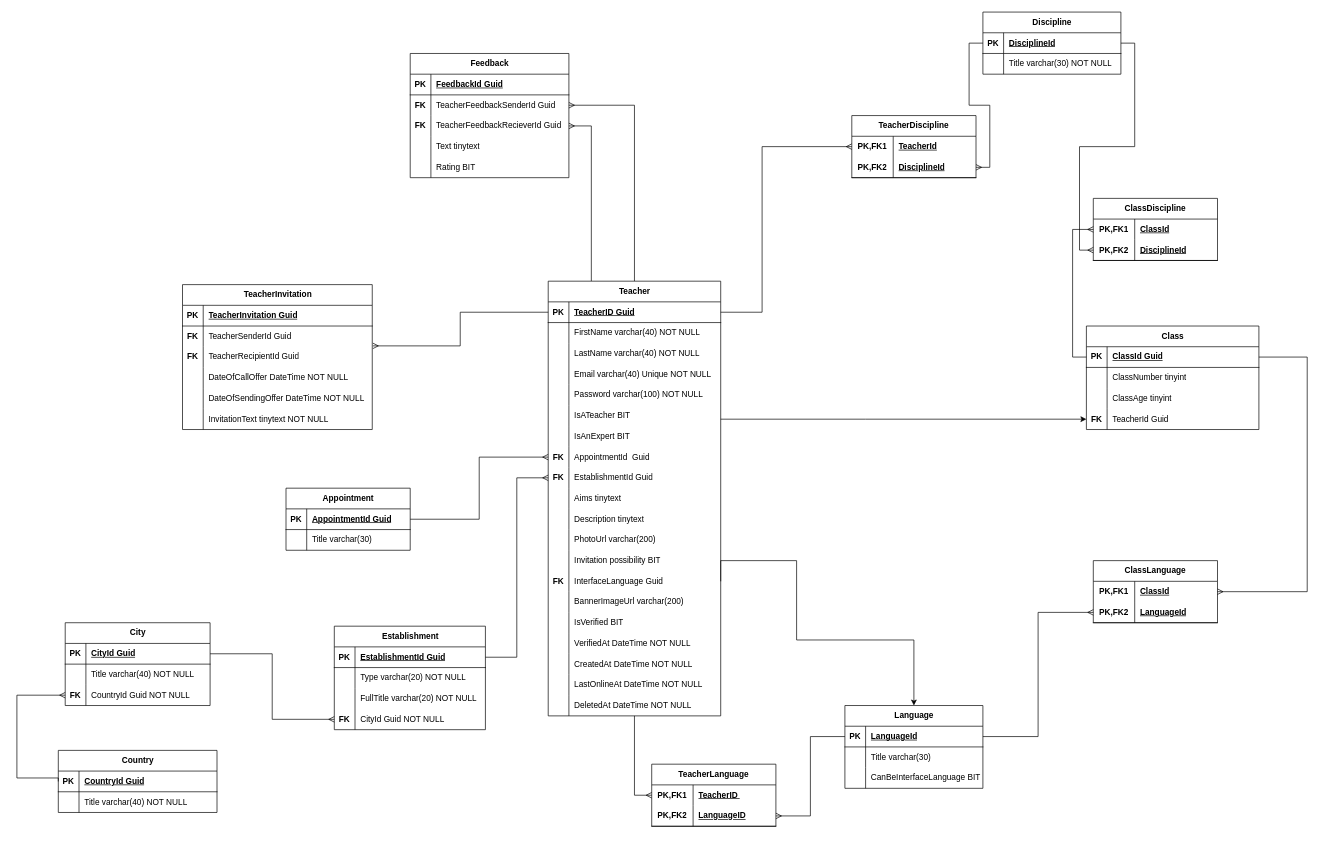
This is General provisions/диаграмма_сущностей.drawio from AlesBan/wonderworld, a draw.io file, before an edit. Source tidied: cells renumbered, new cells numbered last; positions are measured from the earlier drawing's top-left corner, leaving out a move shared by most shapes. Both pictures are drawn from the tidied source at 69%, with x=0, y=0 at pixel (17, 12).
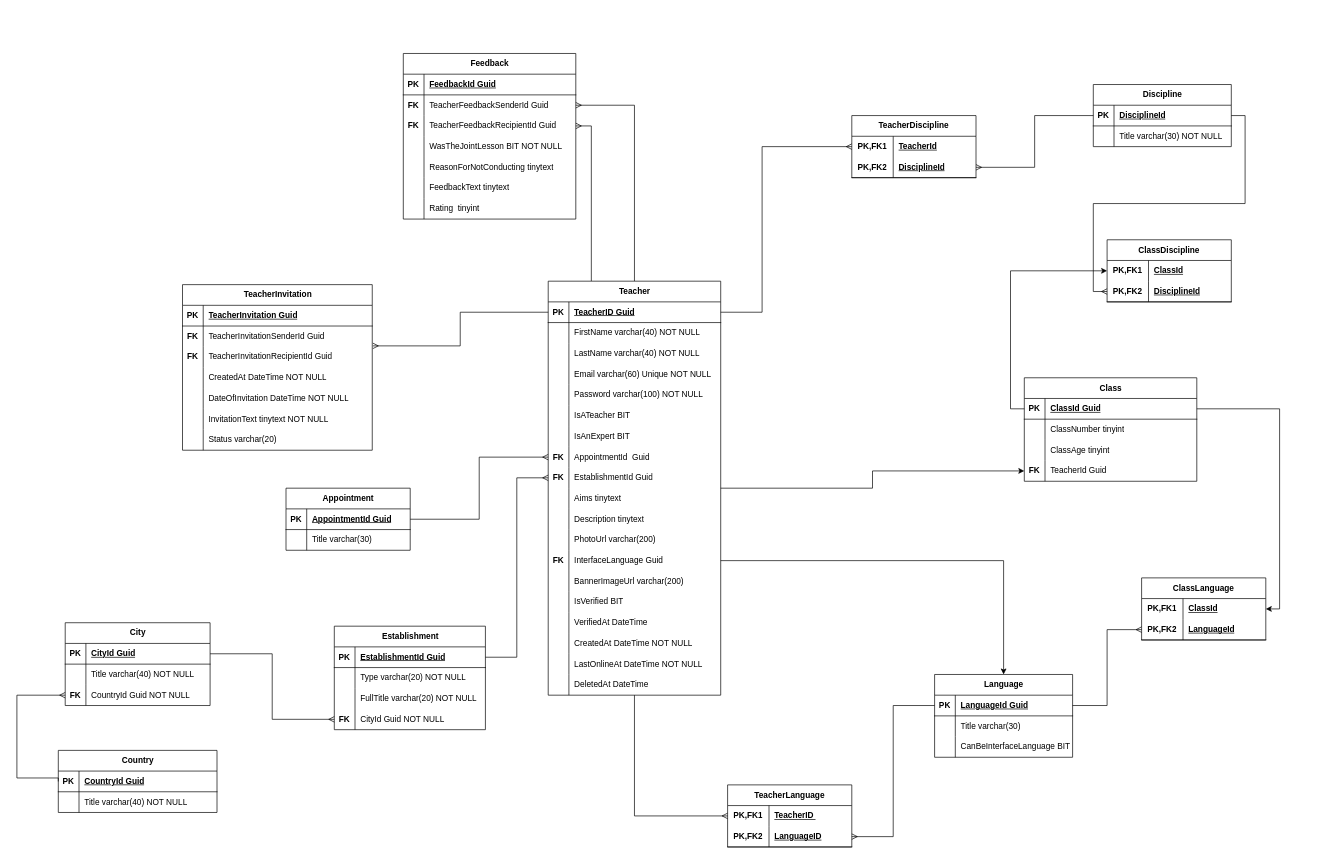
The same page after the edit.

Unchanged cells that the change refers to:
```xml
<mxCell id="16" style="shape=tableRow;horizontal=0;startSize=0;swimlaneHead=0;swimlaneBody=0;fillColor=none;top=0;left=0;right=0;bottom=0;strokeWidth=1;" parent="6" vertex="1">
  <mxGeometry y="120" width="250" height="30" as="geometry" />
</mxCell>
<mxCell id="68" style="shape=tableRow;horizontal=0;startSize=0;swimlaneHead=0;swimlaneBody=0;fillColor=none;points=[[0,0.5],[1,0.5]];portConstraint=eastwest;top=0;left=0;right=0;bottom=1;strokeWidth=1;" parent="67" vertex="1">
  <mxGeometry y="30" width="250" height="30" as="geometry" />
</mxCell>
<mxCell id="77" style="shape=tableRow;horizontal=0;startSize=0;swimlaneHead=0;swimlaneBody=0;fillColor=none;points=[[0,0.5],[1,0.5]];portConstraint=eastwest;top=0;left=0;right=0;bottom=0;strokeWidth=1;" parent="67" vertex="1">
  <mxGeometry y="120" width="250" height="30" as="geometry" />
</mxCell>
<mxCell id="129" style="shape=tableRow;horizontal=0;startSize=0;swimlaneHead=0;swimlaneBody=0;fillColor=none;points=[[0,0.5],[1,0.5]];portConstraint=eastwest;top=0;left=0;right=0;bottom=0;html=1;strokeWidth=1;" parent="128" vertex="1">
  <mxGeometry y="30" width="180" height="30" as="geometry" />
</mxCell>
<mxCell id="137" style="shape=tableRow;horizontal=0;startSize=0;swimlaneHead=0;swimlaneBody=0;fillColor=none;points=[[0,0.5],[1,0.5]];portConstraint=eastwest;top=0;left=0;right=0;bottom=1;strokeWidth=1;" parent="136" vertex="1">
  <mxGeometry y="30" width="200" height="30" as="geometry" />
</mxCell>
<mxCell id="147" style="shape=tableRow;horizontal=0;startSize=0;swimlaneHead=0;swimlaneBody=0;fillColor=none;points=[[0,0.5],[1,0.5]];portConstraint=eastwest;top=0;left=0;right=0;bottom=0;html=1;strokeWidth=1;" parent="146" vertex="1">
  <mxGeometry y="30" width="180" height="30" as="geometry" />
</mxCell>
<mxCell id="195" style="shape=tableRow;horizontal=0;startSize=0;swimlaneHead=0;swimlaneBody=0;fillColor=none;top=0;left=0;right=0;bottom=0;" parent="191" vertex="1">
  <mxGeometry y="60" width="275" height="30" as="geometry" />
</mxCell>
<mxCell id="198" style="shape=tableRow;horizontal=0;startSize=0;swimlaneHead=0;swimlaneBody=0;fillColor=none;points=[[0,0.5],[1,0.5]];portConstraint=eastwest;top=0;left=0;right=0;bottom=0;" parent="191" vertex="1">
  <mxGeometry y="90" width="275" height="30" as="geometry" />
</mxCell>
<mxCell id="201" style="shape=tableRow;horizontal=0;startSize=0;swimlaneHead=0;swimlaneBody=0;fillColor=none;top=0;left=0;right=0;bottom=0;" parent="191" vertex="1">
  <mxGeometry y="120" width="275" height="30" as="geometry" />
</mxCell>
<mxCell id="204" style="shape=tableRow;horizontal=0;startSize=0;swimlaneHead=0;swimlaneBody=0;fillColor=none;top=0;left=0;right=0;bottom=0;" parent="191" vertex="1">
  <mxGeometry y="150" width="275" height="30" as="geometry" />
</mxCell>
```

The edit, as a diff of the source:
```diff
@@
-    <mxCell id="2" style="edgeStyle=orthogonalEdgeStyle;rounded=0;jettySize=auto;html=1;entryX=0;entryY=0.5;entryDx=0;entryDy=0;" parent="1" edge="1" source="6" target="77">
-      <mxGeometry relative="1" as="geometry">
-        <Array as="points">
-          <mxPoint x="1230" y="590" />
-          <mxPoint x="1230" y="590" />
-        </Array>
-      </mxGeometry>
-    </mxCell>
@@
+    <mxCell id="2" style="edgeStyle=orthogonalEdgeStyle;rounded=0;jettySize=auto;html=1;entryX=0;entryY=0.5;entryDx=0;entryDy=0;" parent="1" edge="1" source="6" target="77">
+      <mxGeometry relative="1" as="geometry" />
+    </mxCell>
     <mxCell id="6" value="Teacher" style="shape=table;startSize=30;childLayout=tableLayout;rowLines=0;fontStyle=1;align=center;html=1;strokeWidth=1;" parent="1" vertex="1">
-      <mxGeometry x="770" y="390" width="250" height="630" as="geometry" />
+      <mxGeometry x="770" y="390" width="250" height="600" as="geometry" />
     </mxCell>
@@
-    <mxCell id="18" value="Email varchar(40) Unique NOT NULL" style="shape=partialRectangle;fillColor=none;top=0;left=0;bottom=0;right=0;align=left;spacingLeft=6;overflow=hidden;whiteSpace=wrap;html=1;strokeWidth=1;" parent="16" vertex="1">
+    <mxCell id="18" value="Email varchar(60) Unique NOT NULL" style="shape=partialRectangle;fillColor=none;top=0;left=0;bottom=0;right=0;align=left;spacingLeft=6;overflow=hidden;whiteSpace=wrap;html=1;strokeWidth=1;" parent="16" vertex="1">
       <mxGeometry x="30" width="220" height="30" as="geometry" />
     </mxCell>
@@
-    <mxCell id="43" style="shape=tableRow;horizontal=0;startSize=0;swimlaneHead=0;swimlaneBody=0;fillColor=none;top=0;left=0;right=0;bottom=0;strokeWidth=1;" parent="6" vertex="1">
-      <mxGeometry y="390" width="250" height="30" as="geometry" />
-    </mxCell>
-    <mxCell id="44" style="shape=partialRectangle;fillColor=none;top=0;left=0;bottom=0;right=0;overflow=hidden;whiteSpace=wrap;html=1;strokeWidth=1;" parent="43" vertex="1">
-      <mxGeometry width="30" height="30" as="geometry" />
-    </mxCell>
-    <mxCell id="45" value="Invitation possibility BIT" style="shape=partialRectangle;fillColor=none;top=0;left=0;bottom=0;right=0;align=left;spacingLeft=6;overflow=hidden;whiteSpace=wrap;html=1;strokeWidth=1;" parent="43" vertex="1">
-      <mxGeometry x="30" width="220" height="30" as="geometry" />
-    </mxCell>
     <mxCell id="46" style="shape=tableRow;horizontal=0;startSize=0;swimlaneHead=0;swimlaneBody=0;fillColor=none;points=[[0,0.5],[1,0.5]];portConstraint=eastwest;top=0;left=0;right=0;bottom=0;strokeWidth=1;" parent="6" vertex="1">
-      <mxGeometry y="420" width="250" height="30" as="geometry" />
+      <mxGeometry y="390" width="250" height="30" as="geometry" />
     </mxCell>
@@
     <mxCell id="49" style="shape=tableRow;horizontal=0;startSize=0;swimlaneHead=0;swimlaneBody=0;fillColor=none;top=0;left=0;right=0;bottom=0;strokeWidth=1;" parent="6" vertex="1">
-      <mxGeometry y="450" width="250" height="30" as="geometry" />
+      <mxGeometry y="420" width="250" height="30" as="geometry" />
     </mxCell>
@@
     <mxCell id="52" style="shape=tableRow;horizontal=0;startSize=0;swimlaneHead=0;swimlaneBody=0;fillColor=none;top=0;left=0;right=0;bottom=0;strokeWidth=1;" parent="6" vertex="1">
-      <mxGeometry y="480" width="250" height="30" as="geometry" />
+      <mxGeometry y="450" width="250" height="30" as="geometry" />
     </mxCell>
@@
     <mxCell id="55" style="shape=tableRow;horizontal=0;startSize=0;swimlaneHead=0;swimlaneBody=0;fillColor=none;top=0;left=0;right=0;bottom=0;strokeWidth=1;" parent="6" vertex="1">
-      <mxGeometry y="510" width="250" height="30" as="geometry" />
+      <mxGeometry y="480" width="250" height="30" as="geometry" />
     </mxCell>
@@
-    <mxCell id="57" value="VerifiedAt DateTime NOT NULL" style="shape=partialRectangle;fillColor=none;top=0;left=0;bottom=0;right=0;align=left;spacingLeft=6;overflow=hidden;whiteSpace=wrap;html=1;strokeWidth=1;" parent="55" vertex="1">
+    <mxCell id="57" value="VerifiedAt DateTime&amp;nbsp;" style="shape=partialRectangle;fillColor=none;top=0;left=0;bottom=0;right=0;align=left;spacingLeft=6;overflow=hidden;whiteSpace=wrap;html=1;strokeWidth=1;" parent="55" vertex="1">
       <mxGeometry x="30" width="220" height="30" as="geometry" />
     </mxCell>
     <mxCell id="58" style="shape=tableRow;horizontal=0;startSize=0;swimlaneHead=0;swimlaneBody=0;fillColor=none;top=0;left=0;right=0;bottom=0;strokeWidth=1;" parent="6" vertex="1">
-      <mxGeometry y="540" width="250" height="30" as="geometry" />
+      <mxGeometry y="510" width="250" height="30" as="geometry" />
     </mxCell>
@@
     <mxCell id="61" style="shape=tableRow;horizontal=0;startSize=0;swimlaneHead=0;swimlaneBody=0;fillColor=none;top=0;left=0;right=0;bottom=0;strokeWidth=1;" parent="6" vertex="1">
-      <mxGeometry y="570" width="250" height="30" as="geometry" />
+      <mxGeometry y="540" width="250" height="30" as="geometry" />
     </mxCell>
@@
     <mxCell id="64" style="shape=tableRow;horizontal=0;startSize=0;swimlaneHead=0;swimlaneBody=0;fillColor=none;top=0;left=0;right=0;bottom=0;strokeWidth=1;" parent="6" vertex="1">
-      <mxGeometry y="600" width="250" height="30" as="geometry" />
+      <mxGeometry y="570" width="250" height="30" as="geometry" />
     </mxCell>
@@
-    <mxCell id="66" value="DeletedAt DateTime NOT NULL" style="shape=partialRectangle;fillColor=none;top=0;left=0;bottom=0;right=0;align=left;spacingLeft=6;overflow=hidden;whiteSpace=wrap;html=1;strokeWidth=1;" parent="64" vertex="1">
+    <mxCell id="66" value="DeletedAt DateTime&amp;nbsp;" style="shape=partialRectangle;fillColor=none;top=0;left=0;bottom=0;right=0;align=left;spacingLeft=6;overflow=hidden;whiteSpace=wrap;html=1;strokeWidth=1;" parent="64" vertex="1">
       <mxGeometry x="30" width="220" height="30" as="geometry" />
     </mxCell>
     <mxCell id="67" value="Class" style="shape=table;startSize=30;childLayout=tableLayout;rowLines=0;fontStyle=1;align=center;html=1;strokeWidth=1;" parent="1" vertex="1">
-      <mxGeometry x="1550" y="455" width="250" height="150" as="geometry" />
+      <mxGeometry x="1460" y="530" width="250" height="150" as="geometry" />
     </mxCell>
@@
     <mxCell id="119" value="Discipline" style="shape=table;startSize=30;childLayout=tableLayout;rowLines=0;fontStyle=1;align=center;html=1;strokeWidth=1;" parent="1" vertex="1">
-      <mxGeometry x="1400" width="200" height="90" as="geometry" />
+      <mxGeometry x="1560" y="105" width="200" height="90" as="geometry" />
     </mxCell>
@@
     <mxCell id="128" value="ClassDiscipline" style="shape=table;startSize=30;childLayout=tableLayout;rowLines=0;fontStyle=1;align=center;html=1;whiteSpace=wrap;strokeWidth=1;" parent="1" vertex="1">
-      <mxGeometry x="1560" y="270" width="180" height="90" as="geometry" />
+      <mxGeometry x="1580" y="330" width="180" height="90" as="geometry" />
     </mxCell>
@@
     <mxCell id="136" value="Language" style="shape=table;startSize=30;childLayout=tableLayout;rowLines=0;fontStyle=1;align=center;html=1;strokeWidth=1;" parent="1" vertex="1">
-      <mxGeometry x="1200" y="1005" width="200" height="120" as="geometry" />
+      <mxGeometry x="1330" y="960" width="200" height="120" as="geometry" />
     </mxCell>
@@
-    <mxCell id="139" value="LanguageId" style="shape=partialRectangle;fillColor=none;top=0;left=0;bottom=0;right=0;align=left;spacingLeft=6;fontStyle=5;overflow=hidden;whiteSpace=wrap;html=1;strokeWidth=1;" parent="137" vertex="1">
+    <mxCell id="139" value="LanguageId Guid" style="shape=partialRectangle;fillColor=none;top=0;left=0;bottom=0;right=0;align=left;spacingLeft=6;fontStyle=5;overflow=hidden;whiteSpace=wrap;html=1;strokeWidth=1;" parent="137" vertex="1">
       <mxGeometry x="30" width="170" height="30" as="geometry" />
     </mxCell>
@@
     <mxCell id="146" value="ClassLanguage" style="shape=table;startSize=30;childLayout=tableLayout;rowLines=0;fontStyle=1;align=center;html=1;whiteSpace=wrap;strokeWidth=1;" parent="1" vertex="1">
-      <mxGeometry x="1560" y="795" width="180" height="90" as="geometry" />
+      <mxGeometry x="1630" y="820" width="180" height="90" as="geometry" />
     </mxCell>
@@
     <mxCell id="153" value="TeacherLanguage" style="shape=table;startSize=30;childLayout=tableLayout;rowLines=0;fontStyle=1;align=center;html=1;whiteSpace=wrap;strokeWidth=1;" parent="1" vertex="1">
-      <mxGeometry x="920" y="1090" width="180" height="90" as="geometry" />
+      <mxGeometry x="1030" y="1120" width="180" height="90" as="geometry" />
     </mxCell>
@@
-    <mxCell id="171" style="edgeStyle=orthogonalEdgeStyle;rounded=0;jettySize=auto;html=1;entryX=0.5;entryY=0;entryDx=0;entryDy=0;exitX=1;exitY=0.5;exitDx=0;exitDy=0;" parent="1" edge="1" source="46" target="136">
-      <mxGeometry relative="1" as="geometry">
-        <Array as="points">
-          <mxPoint x="1130" y="795" />
-          <mxPoint x="1130" y="910" />
-          <mxPoint x="1300" y="910" />
-        </Array>
-      </mxGeometry>
-    </mxCell>
@@
-    <mxCell id="173" style="edgeStyle=orthogonalEdgeStyle;rounded=0;jettySize=auto;html=1;entryX=0;entryY=0.5;entryDx=0;entryDy=0;endArrow=ERmany;endFill=0;" parent="1" edge="1" source="68" target="128">
-      <mxGeometry relative="1" as="geometry" />
-    </mxCell>
-    <mxCell id="174" style="edgeStyle=orthogonalEdgeStyle;rounded=0;jettySize=auto;html=1;entryX=1;entryY=0.5;entryDx=0;entryDy=0;endArrow=ERmany;endFill=0;" parent="1" edge="1" source="68" target="147">
-      <mxGeometry relative="1" as="geometry">
-        <Array as="points">
-          <mxPoint x="1870" y="500" />
-          <mxPoint x="1870" y="840" />
-        </Array>
-      </mxGeometry>
-    </mxCell>
     <mxCell id="175" value="Feedback" style="shape=table;startSize=30;childLayout=tableLayout;rowLines=0;fontStyle=1;align=center;html=1;" parent="1" vertex="1">
-      <mxGeometry x="570" y="60" width="230" height="180" as="geometry" />
+      <mxGeometry x="560" y="60" width="250" height="240" as="geometry" />
     </mxCell>
     <mxCell id="176" style="shape=tableRow;horizontal=0;startSize=0;swimlaneHead=0;swimlaneBody=0;fillColor=none;top=0;left=0;right=0;bottom=1;" parent="175" vertex="1">
-      <mxGeometry y="30" width="230" height="30" as="geometry" />
+      <mxGeometry y="30" width="250" height="30" as="geometry" />
     </mxCell>
@@
     <mxCell id="178" value="FeedbackId Guid" style="shape=partialRectangle;fillColor=none;top=0;left=0;bottom=0;right=0;align=left;spacingLeft=6;fontStyle=5;overflow=hidden;whiteSpace=wrap;html=1;" parent="176" vertex="1">
-      <mxGeometry x="30" width="200" height="30" as="geometry" />
+      <mxGeometry x="30" width="220" height="30" as="geometry" />
     </mxCell>
     <mxCell id="179" style="shape=tableRow;horizontal=0;startSize=0;swimlaneHead=0;swimlaneBody=0;fillColor=none;points=[[0,0.5],[1,0.5]];portConstraint=eastwest;top=0;left=0;right=0;bottom=0;" parent="175" vertex="1">
-      <mxGeometry y="60" width="230" height="30" as="geometry" />
+      <mxGeometry y="60" width="250" height="30" as="geometry" />
     </mxCell>
@@
     <mxCell id="181" value="TeacherFeedbackSenderId Guid" style="shape=partialRectangle;fillColor=none;top=0;left=0;bottom=0;right=0;align=left;spacingLeft=6;overflow=hidden;whiteSpace=wrap;html=1;" parent="179" vertex="1">
-      <mxGeometry x="30" width="200" height="30" as="geometry" />
+      <mxGeometry x="30" width="220" height="30" as="geometry" />
     </mxCell>
     <mxCell id="182" style="shape=tableRow;horizontal=0;startSize=0;swimlaneHead=0;swimlaneBody=0;fillColor=none;points=[[0,0.5],[1,0.5]];portConstraint=eastwest;top=0;left=0;right=0;bottom=0;" parent="175" vertex="1">
-      <mxGeometry y="90" width="230" height="30" as="geometry" />
+      <mxGeometry y="90" width="250" height="30" as="geometry" />
     </mxCell>
@@
-    <mxCell id="184" value="TeacherFeedbackRecieverId Guid" style="shape=partialRectangle;fillColor=none;top=0;left=0;bottom=0;right=0;align=left;spacingLeft=6;overflow=hidden;whiteSpace=wrap;html=1;" parent="182" vertex="1">
-      <mxGeometry x="30" width="200" height="30" as="geometry" />
+    <mxCell id="184" value="TeacherFeedbackRecipientId Guid" style="shape=partialRectangle;fillColor=none;top=0;left=0;bottom=0;right=0;align=left;spacingLeft=6;overflow=hidden;whiteSpace=wrap;html=1;" parent="182" vertex="1">
+      <mxGeometry x="30" width="220" height="30" as="geometry" />
     </mxCell>
+    <mxCell id="210" style="shape=tableRow;horizontal=0;startSize=0;swimlaneHead=0;swimlaneBody=0;fillColor=none;top=0;left=0;right=0;bottom=0;" parent="175" vertex="1">
+      <mxGeometry y="120" width="250" height="30" as="geometry" />
+    </mxCell>
+    <mxCell id="211" style="shape=partialRectangle;fillColor=none;top=0;left=0;bottom=0;right=0;overflow=hidden;whiteSpace=wrap;html=1;fontStyle=1;" parent="210" vertex="1">
+      <mxGeometry width="30" height="30" as="geometry" />
+    </mxCell>
+    <mxCell id="212" value="WasTheJointLesson BIT NOT NULL" style="shape=partialRectangle;fillColor=none;top=0;left=0;bottom=0;right=0;align=left;spacingLeft=6;overflow=hidden;whiteSpace=wrap;html=1;" parent="210" vertex="1">
+      <mxGeometry x="30" width="220" height="30" as="geometry" />
+    </mxCell>
+    <mxCell id="213" style="shape=tableRow;horizontal=0;startSize=0;swimlaneHead=0;swimlaneBody=0;fillColor=none;top=0;left=0;right=0;bottom=0;" parent="175" vertex="1">
+      <mxGeometry y="150" width="250" height="30" as="geometry" />
+    </mxCell>
+    <mxCell id="214" style="shape=partialRectangle;fillColor=none;top=0;left=0;bottom=0;right=0;overflow=hidden;whiteSpace=wrap;html=1;fontStyle=1;" parent="213" vertex="1">
+      <mxGeometry width="30" height="30" as="geometry" />
+    </mxCell>
+    <mxCell id="215" value="ReasonForNotConducting tinytext" style="shape=partialRectangle;fillColor=none;top=0;left=0;bottom=0;right=0;align=left;spacingLeft=6;overflow=hidden;whiteSpace=wrap;html=1;" parent="213" vertex="1">
+      <mxGeometry x="30" width="220" height="30" as="geometry" />
+    </mxCell>
     <mxCell id="185" style="shape=tableRow;horizontal=0;startSize=0;swimlaneHead=0;swimlaneBody=0;fillColor=none;top=0;left=0;right=0;bottom=0;" parent="175" vertex="1">
-      <mxGeometry y="120" width="230" height="30" as="geometry" />
+      <mxGeometry y="180" width="250" height="30" as="geometry" />
     </mxCell>
@@
-    <mxCell id="187" value="Text tinytext" style="shape=partialRectangle;fillColor=none;top=0;left=0;bottom=0;right=0;align=left;spacingLeft=6;overflow=hidden;whiteSpace=wrap;html=1;" parent="185" vertex="1">
-      <mxGeometry x="30" width="200" height="30" as="geometry" />
+    <mxCell id="187" value="FeedbackText tinytext" style="shape=partialRectangle;fillColor=none;top=0;left=0;bottom=0;right=0;align=left;spacingLeft=6;overflow=hidden;whiteSpace=wrap;html=1;" parent="185" vertex="1">
+      <mxGeometry x="30" width="220" height="30" as="geometry" />
     </mxCell>
     <mxCell id="188" style="shape=tableRow;horizontal=0;startSize=0;swimlaneHead=0;swimlaneBody=0;fillColor=none;top=0;left=0;right=0;bottom=0;" parent="175" vertex="1">
-      <mxGeometry y="150" width="230" height="30" as="geometry" />
+      <mxGeometry y="210" width="250" height="30" as="geometry" />
     </mxCell>
@@
-    <mxCell id="190" value="Rating BIT" style="shape=partialRectangle;fillColor=none;top=0;left=0;bottom=0;right=0;align=left;spacingLeft=6;overflow=hidden;whiteSpace=wrap;html=1;" parent="188" vertex="1">
-      <mxGeometry x="30" width="200" height="30" as="geometry" />
+    <mxCell id="190" value="Rating&amp;nbsp; tinyint" style="shape=partialRectangle;fillColor=none;top=0;left=0;bottom=0;right=0;align=left;spacingLeft=6;overflow=hidden;whiteSpace=wrap;html=1;" parent="188" vertex="1">
+      <mxGeometry x="30" width="220" height="30" as="geometry" />
     </mxCell>
     <mxCell id="191" value="TeacherInvitation" style="shape=table;startSize=30;childLayout=tableLayout;rowLines=0;fontStyle=1;align=center;html=1;" parent="1" vertex="1">
-      <mxGeometry x="240" y="395" width="275" height="210" as="geometry" />
+      <mxGeometry x="240" y="395" width="275" height="240" as="geometry" />
     </mxCell>
@@
-    <mxCell id="197" value="TeacherSenderId Guid" style="shape=partialRectangle;fillColor=none;top=0;left=0;bottom=0;right=0;align=left;spacingLeft=6;overflow=hidden;whiteSpace=wrap;html=1;" parent="195" vertex="1">
+    <mxCell id="197" value="TeacherInvitationSenderId Guid" style="shape=partialRectangle;fillColor=none;top=0;left=0;bottom=0;right=0;align=left;spacingLeft=6;overflow=hidden;whiteSpace=wrap;html=1;" parent="195" vertex="1">
       <mxGeometry x="30" width="245" height="30" as="geometry" />
     </mxCell>
@@
-    <mxCell id="200" value="TeacherRecipientId Guid" style="shape=partialRectangle;fillColor=none;top=0;left=0;bottom=0;right=0;align=left;spacingLeft=6;overflow=hidden;whiteSpace=wrap;html=1;" parent="198" vertex="1">
+    <mxCell id="200" value="TeacherInvitationRecipientId Guid" style="shape=partialRectangle;fillColor=none;top=0;left=0;bottom=0;right=0;align=left;spacingLeft=6;overflow=hidden;whiteSpace=wrap;html=1;" parent="198" vertex="1">
       <mxGeometry x="30" width="245" height="30" as="geometry" />
     </mxCell>
@@
-    <mxCell id="203" value="DateOfCallOffer DateTime NOT NULL" style="shape=partialRectangle;fillColor=none;top=0;left=0;bottom=0;right=0;align=left;spacingLeft=6;overflow=hidden;whiteSpace=wrap;html=1;" parent="201" vertex="1">
+    <mxCell id="203" value="CreatedAt DateTime NOT NULL" style="shape=partialRectangle;fillColor=none;top=0;left=0;bottom=0;right=0;align=left;spacingLeft=6;overflow=hidden;whiteSpace=wrap;html=1;" parent="201" vertex="1">
       <mxGeometry x="30" width="245" height="30" as="geometry" />
     </mxCell>
@@
-    <mxCell id="206" value="DateOfSendingOffer DateTime NOT NULL" style="shape=partialRectangle;fillColor=none;top=0;left=0;bottom=0;right=0;align=left;spacingLeft=6;overflow=hidden;whiteSpace=wrap;html=1;" parent="204" vertex="1">
+    <mxCell id="206" value="DateOfInvitation DateTime NOT NULL" style="shape=partialRectangle;fillColor=none;top=0;left=0;bottom=0;right=0;align=left;spacingLeft=6;overflow=hidden;whiteSpace=wrap;html=1;" parent="204" vertex="1">
       <mxGeometry x="30" width="245" height="30" as="geometry" />
     </mxCell>
@@
+    <mxCell id="216" style="shape=tableRow;horizontal=0;startSize=0;swimlaneHead=0;swimlaneBody=0;fillColor=none;top=0;left=0;right=0;bottom=0;" parent="191" vertex="1">
+      <mxGeometry y="210" width="275" height="30" as="geometry" />
+    </mxCell>
+    <mxCell id="217" style="shape=partialRectangle;fillColor=none;top=0;left=0;bottom=0;right=0;overflow=hidden;whiteSpace=wrap;html=1;" parent="216" vertex="1">
+      <mxGeometry width="30" height="30" as="geometry" />
+    </mxCell>
+    <mxCell id="218" value="Status varchar(20)" style="shape=partialRectangle;fillColor=none;top=0;left=0;bottom=0;right=0;align=left;spacingLeft=6;overflow=hidden;whiteSpace=wrap;html=1;" parent="216" vertex="1">
+      <mxGeometry x="30" width="245" height="30" as="geometry" />
+    </mxCell>
+    <mxCell id="171" style="edgeStyle=orthogonalEdgeStyle;rounded=0;jettySize=auto;html=1;entryX=0.5;entryY=0;entryDx=0;entryDy=0;" parent="1" edge="1" source="46" target="136">
+      <mxGeometry relative="1" as="geometry" />
+    </mxCell>
+    <mxCell id="219" style="edgeStyle=orthogonalEdgeStyle;rounded=0;jettySize=auto;html=1;exitX=0;exitY=0.5;exitDx=0;exitDy=0;entryX=0;entryY=0.5;entryDx=0;entryDy=0;" parent="1" edge="1" source="68" target="129">
+      <mxGeometry relative="1" as="geometry" />
+    </mxCell>
+    <mxCell id="174" style="edgeStyle=orthogonalEdgeStyle;rounded=0;jettySize=auto;html=1;exitX=1;exitY=0.5;exitDx=0;exitDy=0;entryX=1;entryY=0.5;entryDx=0;entryDy=0;" parent="1" edge="1" source="68" target="147">
+      <mxGeometry relative="1" as="geometry" />
+    </mxCell>
```
